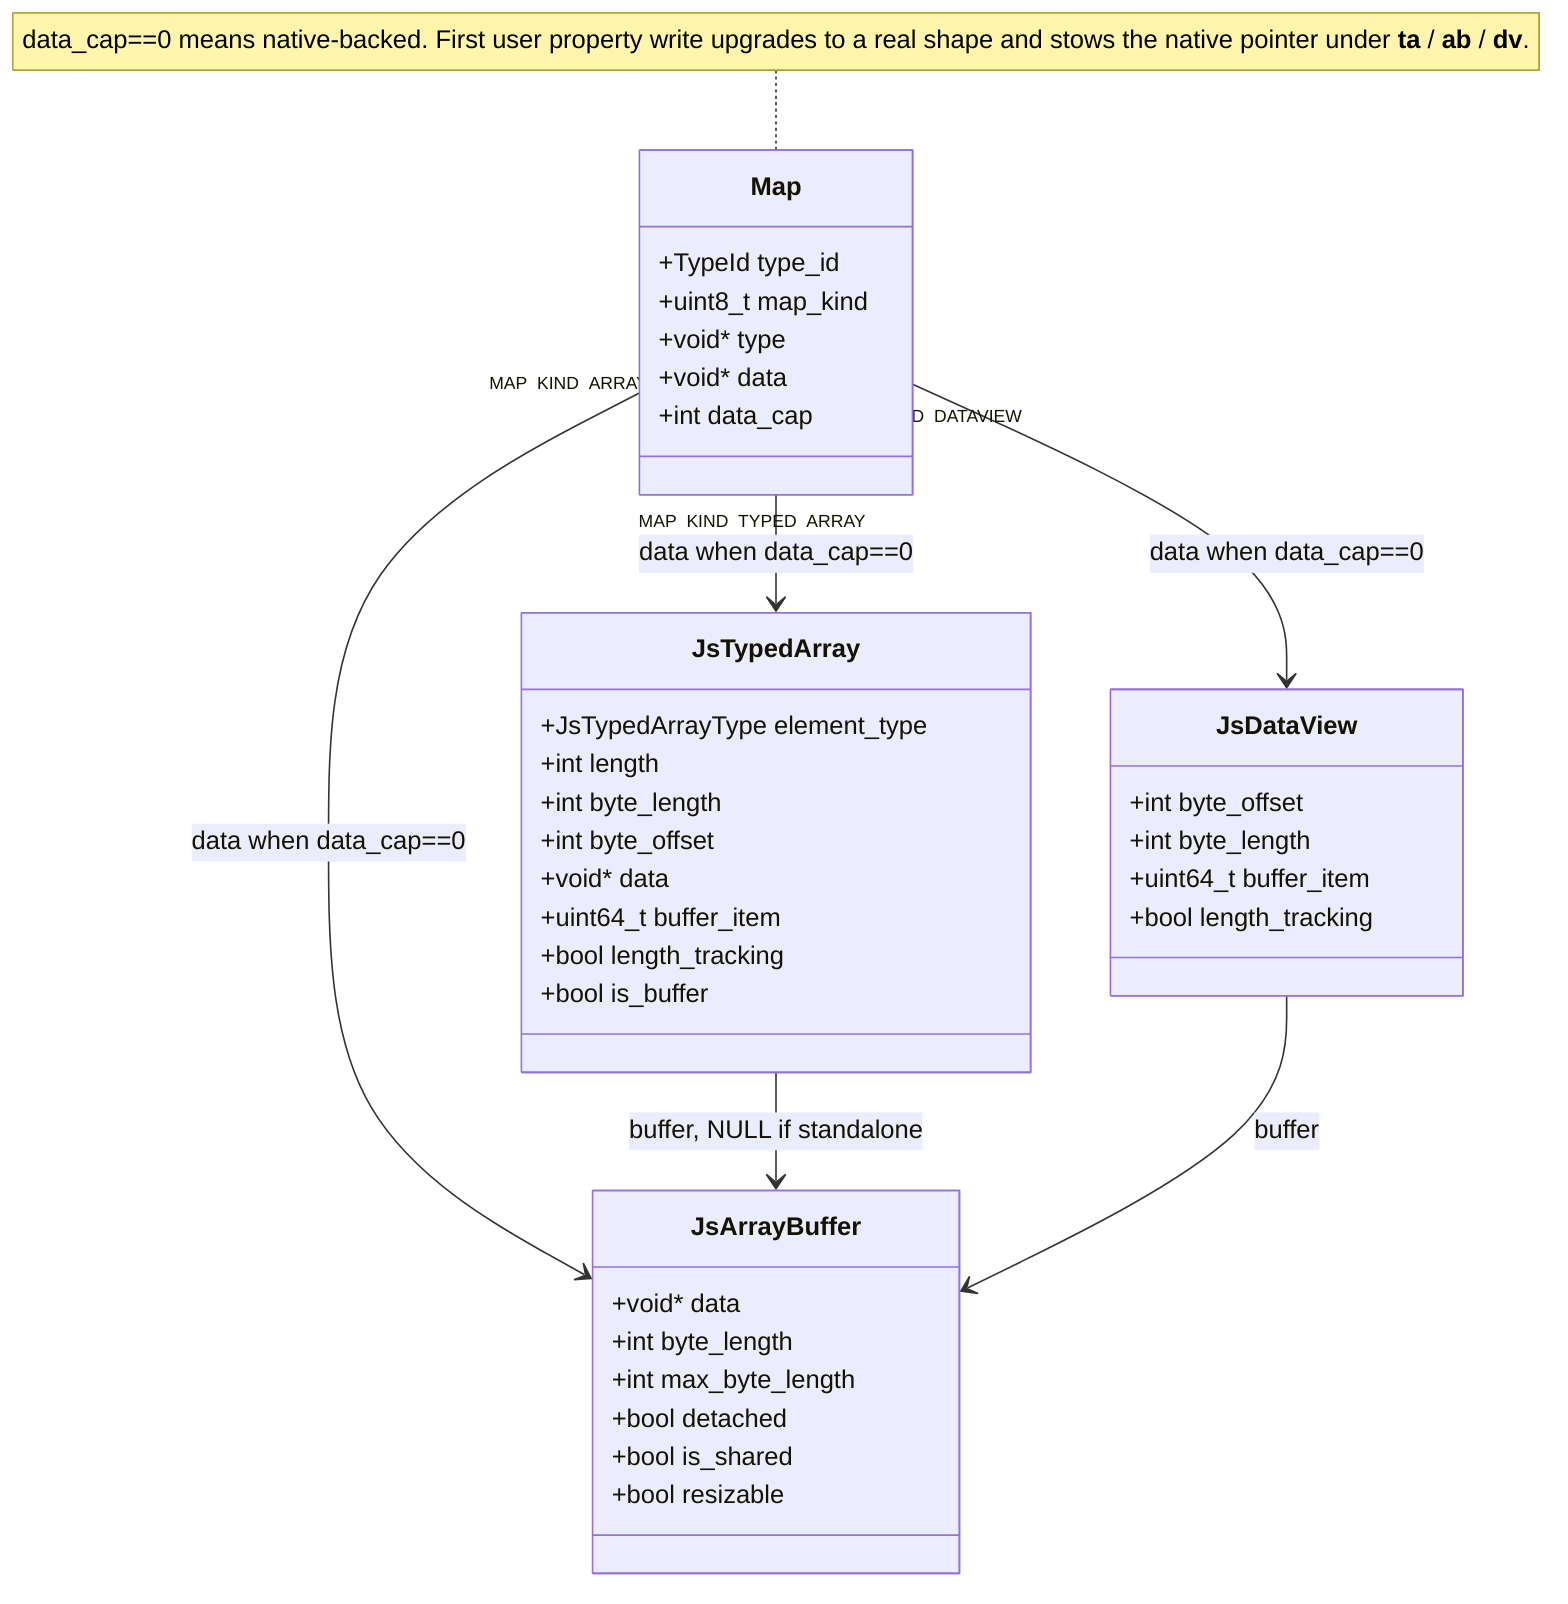
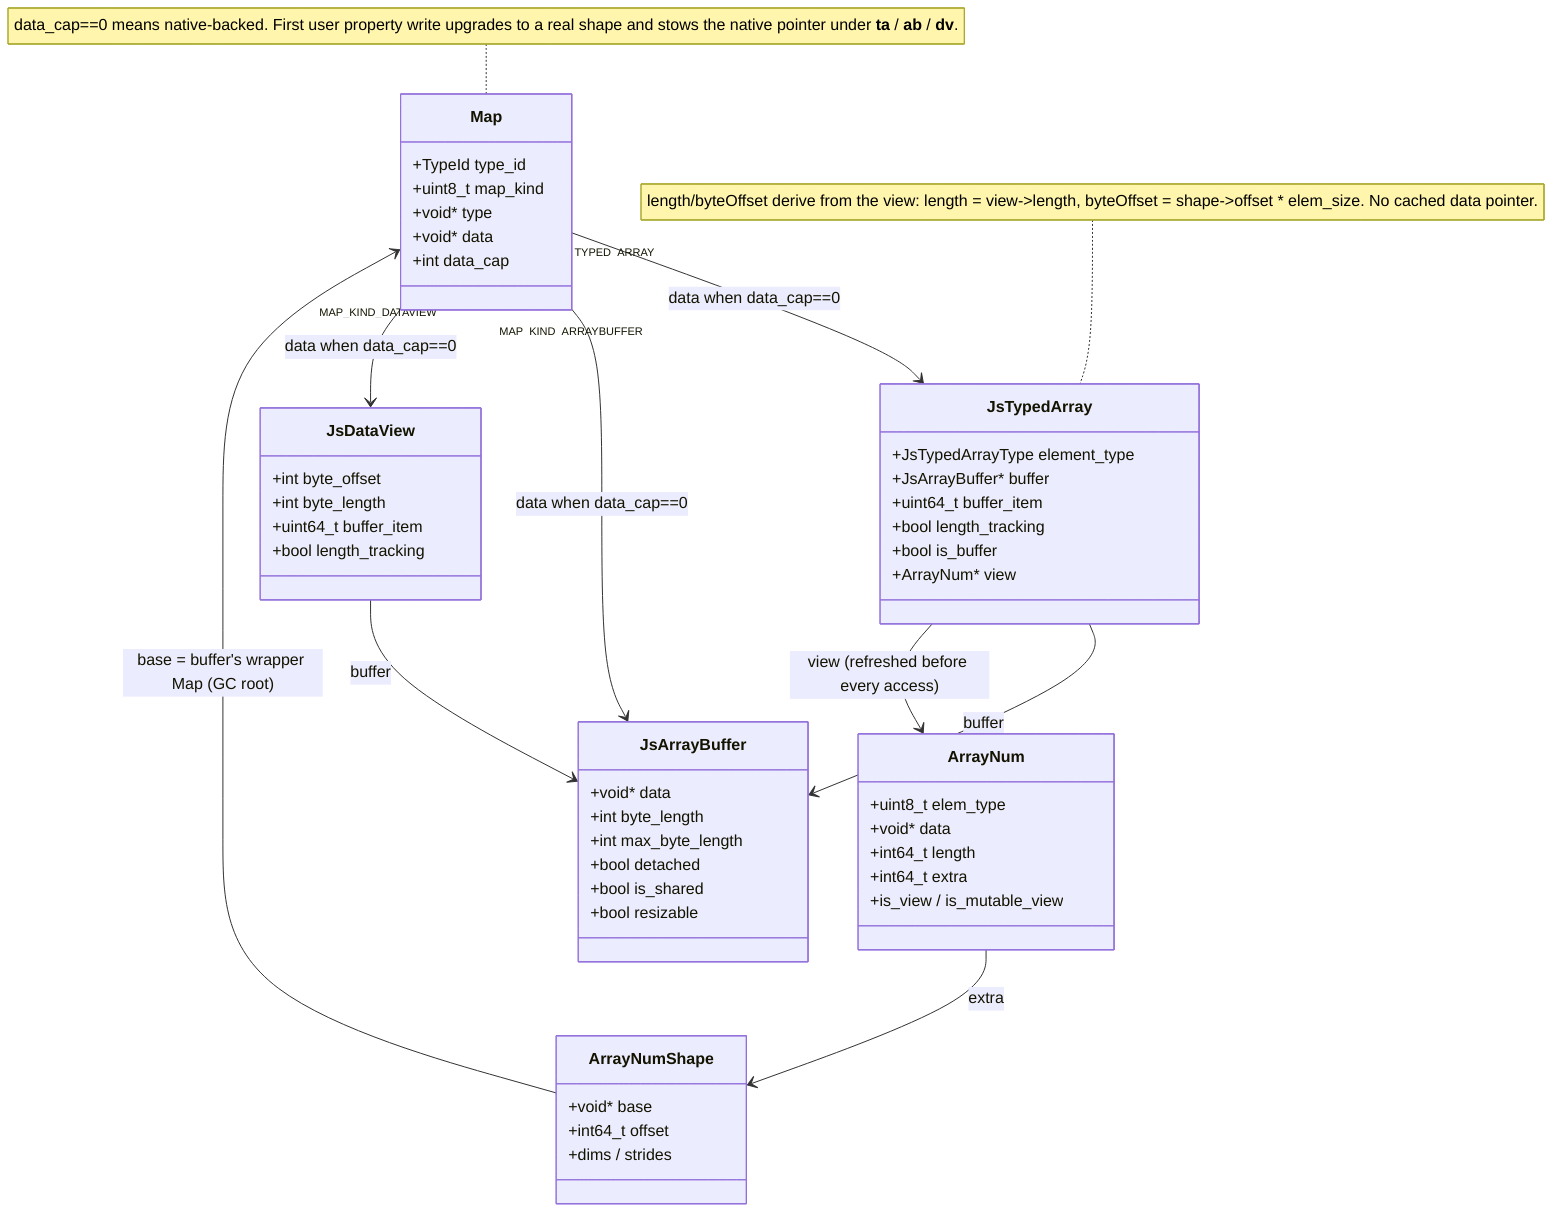
classDiagram
    class Map {
        +TypeId type_id
        +uint8_t map_kind
        +void* type
        +void* data
        +int data_cap
    }
    class JsArrayBuffer {
        +void* data
        +int byte_length
        +int max_byte_length
        +bool detached
        +bool is_shared
        +bool resizable
    }
    class JsTypedArray {
        +JsTypedArrayType element_type
-         +int length
-         +int byte_length
-         +int byte_offset
-         +void* data
+         +JsArrayBuffer* buffer
        +uint64_t buffer_item
        +bool length_tracking
        +bool is_buffer
+         +ArrayNum* view
+     }
+     class ArrayNum {
+         +uint8_t elem_type
+         +void* data
+         +int64_t length
+         +int64_t extra
+         +is_view / is_mutable_view
+     }
+     class ArrayNumShape {
+         +void* base
+         +int64_t offset
+         +dims / strides
    }
    class JsDataView {
        +int byte_offset
        +int byte_length
        +uint64_t buffer_item
        +bool length_tracking
    }
    Map "MAP_KIND_TYPED_ARRAY" --> JsTypedArray : data when data_cap==0
    Map "MAP_KIND_ARRAYBUFFER" --> JsArrayBuffer : data when data_cap==0
    Map "MAP_KIND_DATAVIEW" --> JsDataView : data when data_cap==0
-     JsTypedArray --> JsArrayBuffer : buffer, NULL if standalone
+     JsTypedArray --> JsArrayBuffer : buffer
+     JsTypedArray --> ArrayNum : view (refreshed before every access)
+     ArrayNum --> ArrayNumShape : extra
+     ArrayNumShape --> Map : base = buffer's wrapper Map (GC root)
    JsDataView --> JsArrayBuffer : buffer
+     note for JsTypedArray "length/byteOffset derive from the view: length = view->length, byteOffset = shape->offset * elem_size. No cached data pointer."
    note for Map "data_cap==0 means native-backed. First user property write upgrades to a real shape and stows the native pointer under __ta__ / __ab__ / __dv__."
